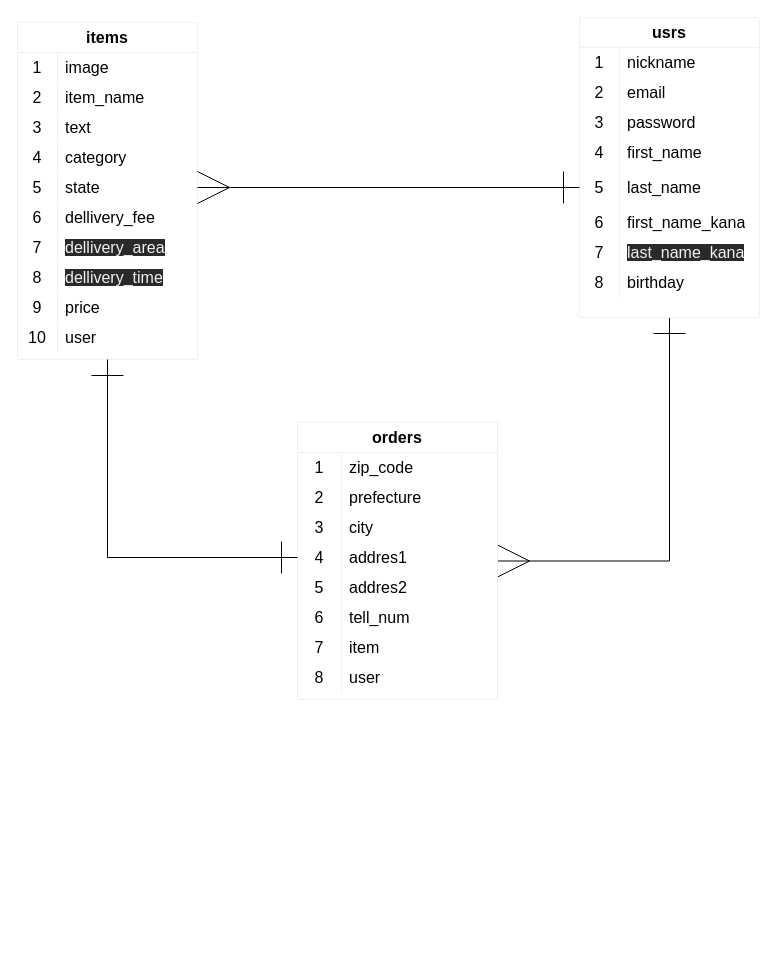
This is .dio from takeyuki-i/furima-31957, a draw.io file, before an edit. Source tidied: cells renumbered, new cells numbered last; positions are measured from the earlier drawing's top-left corner, leaving out a move shared by most shapes. Both pictures are drawn from the tidied source at 100%, with x=0, y=0 at pixel (17, 17).
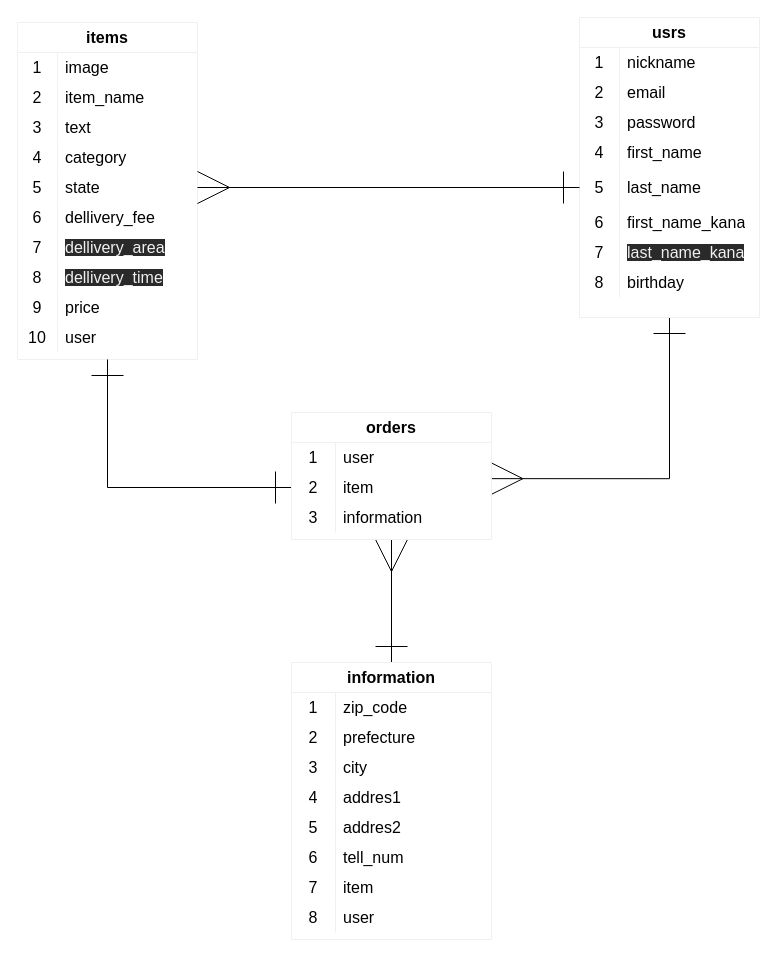
The same page after the edit.

Commit message (it also covers changes not shown here):
READEME・ER図　修正②

Unchanged cells that the change refers to:
```xml
<mxCell id="13" style="shape=partialRectangle;html=1;whiteSpace=wrap;fillColor=none;top=0;left=0;bottom=0;right=0;points=[[0,0.5],[1,0.5]];portConstraint=eastwest;" parent="3" vertex="1">
  <mxGeometry y="120" width="200" height="30" as="geometry" />
</mxCell>
<mxCell id="28" value="items" style="shape=table;html=1;whiteSpace=wrap;startSize=30;childLayout=tableLayout;rowLines=0;fontStyle=1;align=center;strokeColor=#F0F0F0;fontSize=16;" parent="1" vertex="1">
  <mxGeometry y="5" width="180" height="337" as="geometry" />
</mxCell>
<mxCell id="59" value="usrs" style="shape=table;html=1;whiteSpace=wrap;startSize=30;childLayout=tableLayout;rowLines=0;fontStyle=1;align=center;strokeColor=#F0F0F0;fontSize=16;" parent="1" vertex="1">
  <mxGeometry x="562" width="180" height="300" as="geometry" />
</mxCell>
```

The edit, as a diff of the source:
```diff
@@
-    <mxCell id="2" style="edgeStyle=orthogonalEdgeStyle;rounded=0;jettySize=auto;html=1;entryX=0.5;entryY=1;entryDx=0;entryDy=0;endArrow=ERone;endFill=0;startArrow=ERmany;startFill=0;endSize=30;startSize=30;" parent="1" edge="1" source="3" target="59">
+    <mxCell id="2" style="edgeStyle=orthogonalEdgeStyle;rounded=0;jettySize=auto;html=1;entryX=0.5;entryY=1;entryDx=0;entryDy=0;endArrow=ERone;endFill=0;startArrow=ERmany;startFill=0;endSize=30;startSize=30;exitX=0.997;exitY=0.205;exitDx=0;exitDy=0;exitPerimeter=0;" parent="1" edge="1" source="91" target="59">
       <mxGeometry relative="1" as="geometry" />
     </mxCell>
+    <mxCell id="86" style="edgeStyle=orthogonalEdgeStyle;rounded=0;jettySize=auto;html=1;exitX=0.5;exitY=0;exitDx=0;exitDy=0;entryX=0.5;entryY=1;entryDx=0;entryDy=0;startArrow=ERone;startFill=0;endArrow=ERmany;endFill=0;endSize=30;startSize=30;" parent="1" edge="1" source="3" target="87">
+      <mxGeometry relative="1" as="geometry" />
+    </mxCell>
-    <mxCell id="3" value="orders" style="shape=table;html=1;whiteSpace=wrap;startSize=30;childLayout=tableLayout;rowLines=0;fontStyle=1;align=center;strokeColor=#F0F0F0;fontSize=16;" parent="1" vertex="1">
-      <mxGeometry x="280" y="405" width="200" height="277" as="geometry" />
+    <mxCell id="3" value="information" style="shape=table;html=1;whiteSpace=wrap;startSize=30;childLayout=tableLayout;rowLines=0;fontStyle=1;align=center;strokeColor=#F0F0F0;fontSize=16;" parent="1" vertex="1">
+      <mxGeometry x="274" y="645" width="200" height="277" as="geometry" />
     </mxCell>
@@
-    <mxCell id="85" style="edgeStyle=orthogonalEdgeStyle;rounded=0;jettySize=auto;html=1;entryX=0.5;entryY=1;entryDx=0;entryDy=0;startArrow=ERone;startFill=0;endArrow=ERone;endFill=0;endSize=30;startSize=30;" parent="1" edge="1" source="13" target="28">
+    <mxCell id="85" style="edgeStyle=orthogonalEdgeStyle;rounded=0;jettySize=auto;html=1;entryX=0.5;entryY=1;entryDx=0;entryDy=0;startArrow=ERone;startFill=0;endArrow=ERone;endFill=0;endSize=30;startSize=30;exitX=0;exitY=0.5;exitDx=0;exitDy=0;" parent="1" edge="1" source="91" target="28">
       <mxGeometry relative="1" as="geometry" />
     </mxCell>
+    <mxCell id="87" value="orders" style="shape=table;html=1;whiteSpace=wrap;startSize=30;childLayout=tableLayout;rowLines=0;fontStyle=1;align=center;strokeColor=#F0F0F0;fontSize=16;" parent="1" vertex="1">
+      <mxGeometry x="274" y="395" width="200" height="127" as="geometry" />
+    </mxCell>
+    <mxCell id="88" style="shape=partialRectangle;html=1;whiteSpace=wrap;fillColor=none;top=0;left=0;bottom=0;right=0;strokeColor=none;" parent="87" vertex="1">
+      <mxGeometry y="30" width="200" height="30" as="geometry" />
+    </mxCell>
+    <mxCell id="89" value="1" style="shape=partialRectangle;html=1;whiteSpace=wrap;fillColor=none;top=0;left=0;bottom=0;right=0;overflow=hidden;fontSize=16;" parent="88" vertex="1">
+      <mxGeometry width="44" height="30" as="geometry" />
+    </mxCell>
+    <mxCell id="90" value="user" style="shape=partialRectangle;html=1;whiteSpace=wrap;fillColor=none;top=0;left=0;bottom=0;right=0;align=left;spacingLeft=6;overflow=hidden;fontSize=16;" parent="88" vertex="1">
+      <mxGeometry x="44" width="156" height="30" as="geometry" />
+    </mxCell>
+    <mxCell id="91" style="shape=partialRectangle;html=1;whiteSpace=wrap;fillColor=none;top=0;left=0;bottom=0;right=0;points=[[0,0.5],[1,0.5]];portConstraint=eastwest;strokeColor=none;" parent="87" vertex="1">
+      <mxGeometry y="60" width="200" height="30" as="geometry" />
+    </mxCell>
+    <mxCell id="92" value="2" style="shape=partialRectangle;html=1;whiteSpace=wrap;fillColor=none;top=0;left=0;bottom=0;right=0;overflow=hidden;fontSize=16;" parent="91" vertex="1">
+      <mxGeometry width="44" height="30" as="geometry" />
+    </mxCell>
+    <mxCell id="93" value="item" style="shape=partialRectangle;html=1;whiteSpace=wrap;fillColor=none;top=0;left=0;bottom=0;right=0;align=left;spacingLeft=6;overflow=hidden;fontSize=16;" parent="91" vertex="1">
+      <mxGeometry x="44" width="156" height="30" as="geometry" />
+    </mxCell>
+    <mxCell id="94" style="shape=partialRectangle;html=1;whiteSpace=wrap;fillColor=none;top=0;left=0;bottom=0;right=0;" parent="87" vertex="1">
+      <mxGeometry y="90" width="200" height="30" as="geometry" />
+    </mxCell>
+    <mxCell id="95" value="3" style="shape=partialRectangle;html=1;whiteSpace=wrap;fillColor=none;top=0;left=0;bottom=0;right=0;overflow=hidden;fontSize=16;" parent="94" vertex="1">
+      <mxGeometry width="44" height="30" as="geometry" />
+    </mxCell>
+    <mxCell id="96" value="information" style="shape=partialRectangle;html=1;whiteSpace=wrap;fillColor=none;top=0;left=0;bottom=0;right=0;align=left;spacingLeft=6;overflow=hidden;fontSize=16;" parent="94" vertex="1">
+      <mxGeometry x="44" width="156" height="30" as="geometry" />
+    </mxCell>
```
